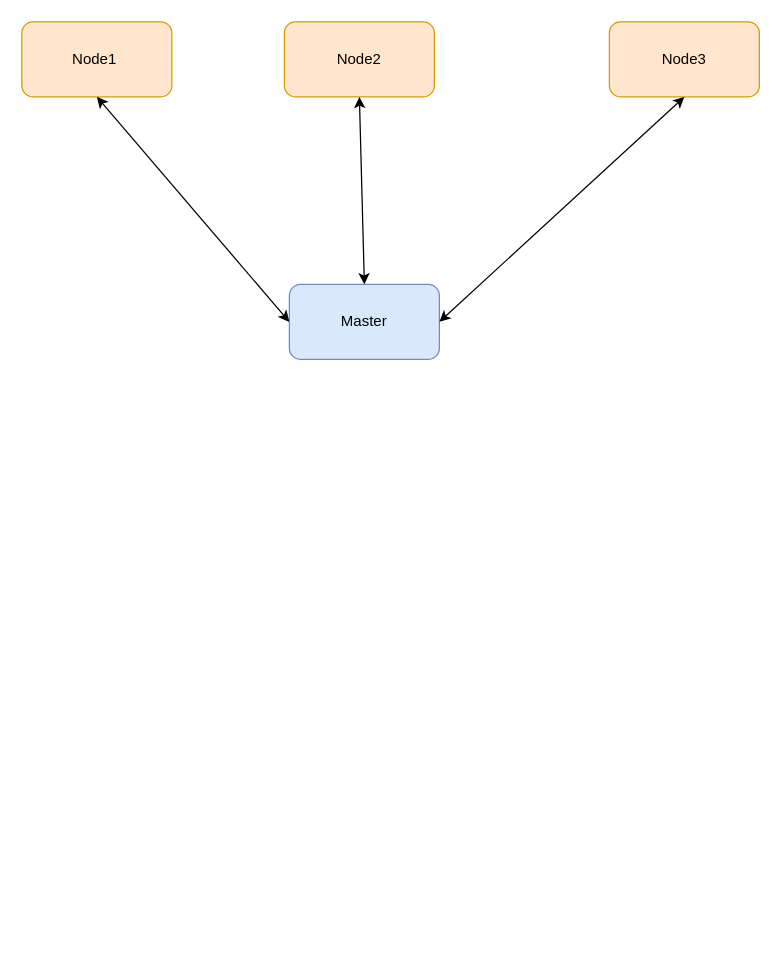
This is repo/kubernetes-learning.drawio from chenanddom/Charts, a draw.io file, before an edit. Source tidied: cells renumbered, new cells numbered last; positions are measured from the earlier drawing's top-left corner, leaving out a move shared by most shapes. Both pictures are drawn from the tidied source at 125%, with x=0, y=0 at pixel (21, 21).
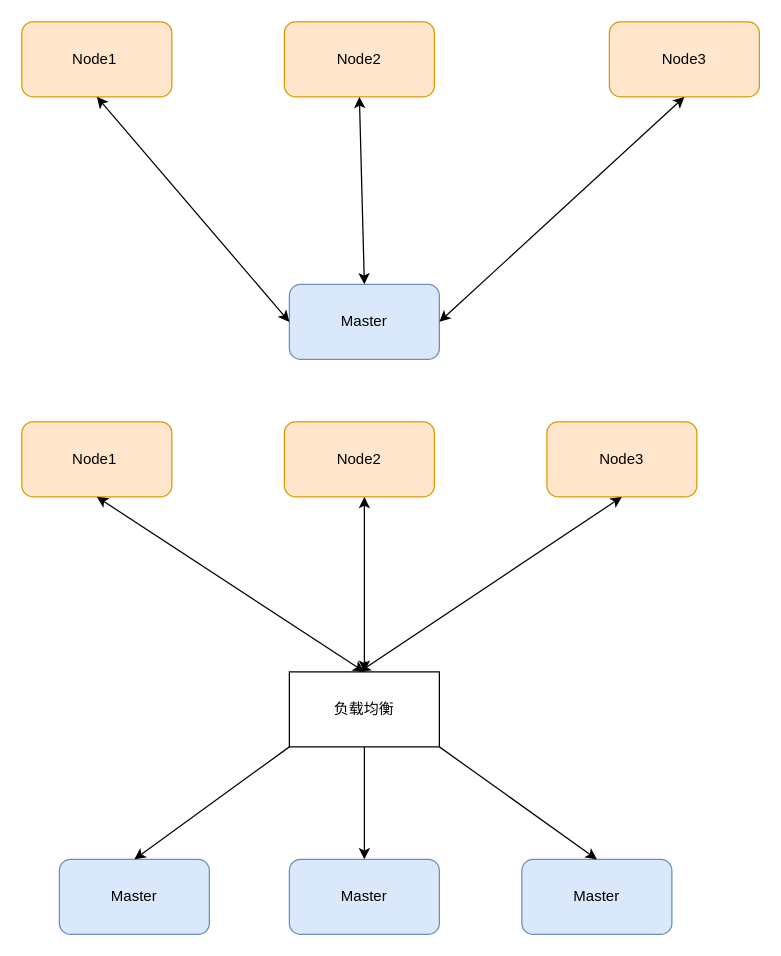
Above is the later version.

Commit message:
添加多master集群

The edit, as a diff of the source:
```diff
@@
+    <mxCell id="9" value="Node1&lt;span style=&quot;white-space: pre;&quot;&gt; &lt;/span&gt;" style="rounded=1;whiteSpace=wrap;html=1;fillColor=#ffe6cc;strokeColor=#d79b00;" parent="1" vertex="1">
+      <mxGeometry y="320" width="120" height="60" as="geometry" />
+    </mxCell>
+    <mxCell id="10" value="Node2" style="rounded=1;whiteSpace=wrap;html=1;fillColor=#ffe6cc;strokeColor=#d79b00;" parent="1" vertex="1">
+      <mxGeometry x="210" y="320" width="120" height="60" as="geometry" />
+    </mxCell>
+    <mxCell id="11" value="Node3" style="rounded=1;whiteSpace=wrap;html=1;fillColor=#ffe6cc;strokeColor=#d79b00;" parent="1" vertex="1">
+      <mxGeometry x="420" y="320" width="120" height="60" as="geometry" />
+    </mxCell>
+    <mxCell id="12" value="Master" style="rounded=1;whiteSpace=wrap;html=1;fillColor=#dae8fc;strokeColor=#6c8ebf;" parent="1" vertex="1">
+      <mxGeometry x="214" y="670" width="120" height="60" as="geometry" />
+    </mxCell>
+    <mxCell id="13" value="Master" style="rounded=1;whiteSpace=wrap;html=1;fillColor=#dae8fc;strokeColor=#6c8ebf;" parent="1" vertex="1">
+      <mxGeometry x="30" y="670" width="120" height="60" as="geometry" />
+    </mxCell>
+    <mxCell id="14" value="Master" style="rounded=1;whiteSpace=wrap;html=1;fillColor=#dae8fc;strokeColor=#6c8ebf;" parent="1" vertex="1">
+      <mxGeometry x="400" y="670" width="120" height="60" as="geometry" />
+    </mxCell>
+    <mxCell id="15" value="负载均衡" style="rounded=0;whiteSpace=wrap;html=1;" parent="1" vertex="1">
+      <mxGeometry x="214" y="520" width="120" height="60" as="geometry" />
+    </mxCell>
+    <mxCell id="16" style="endArrow=classic;startArrow=classic;html=1;rounded=0;entryX=0.5;entryY=1;entryDx=0;entryDy=0;exitX=0.5;exitY=0;exitDx=0;exitDy=0;" parent="1" edge="1" source="15" target="9">
+      <mxGeometry relative="1" as="geometry" />
+    </mxCell>
+    <mxCell id="17" style="endArrow=classic;startArrow=classic;html=1;rounded=0;entryX=0.5;entryY=1;entryDx=0;entryDy=0;" parent="1" edge="1" source="15">
+      <mxGeometry relative="1" as="geometry">
+        <mxPoint x="274" y="380" as="targetPoint" />
+      </mxGeometry>
+    </mxCell>
+    <mxCell id="18" style="endArrow=classic;startArrow=classic;html=1;rounded=0;entryX=0.5;entryY=1;entryDx=0;entryDy=0;" parent="1" edge="1" target="11">
+      <mxGeometry relative="1" as="geometry">
+        <mxPoint x="270" y="520" as="sourcePoint" />
+      </mxGeometry>
+    </mxCell>
+    <mxCell id="19" style="endArrow=classic;html=1;rounded=0;entryX=0.5;entryY=0;entryDx=0;entryDy=0;exitX=0;exitY=1;exitDx=0;exitDy=0;" parent="1" edge="1" source="15" target="13">
+      <mxGeometry relative="1" as="geometry" />
+    </mxCell>
+    <mxCell id="20" style="endArrow=classic;html=1;rounded=0;exitX=0;exitY=1;exitDx=0;exitDy=0;" parent="1" edge="1" target="12">
+      <mxGeometry relative="1" as="geometry">
+        <mxPoint x="274" y="580" as="sourcePoint" />
+      </mxGeometry>
+    </mxCell>
+    <mxCell id="21" style="endArrow=classic;html=1;rounded=0;entryX=0.5;entryY=0;entryDx=0;entryDy=0;exitX=1;exitY=1;exitDx=0;exitDy=0;" parent="1" edge="1" source="15" target="14">
+      <mxGeometry relative="1" as="geometry" />
+    </mxCell>
```
